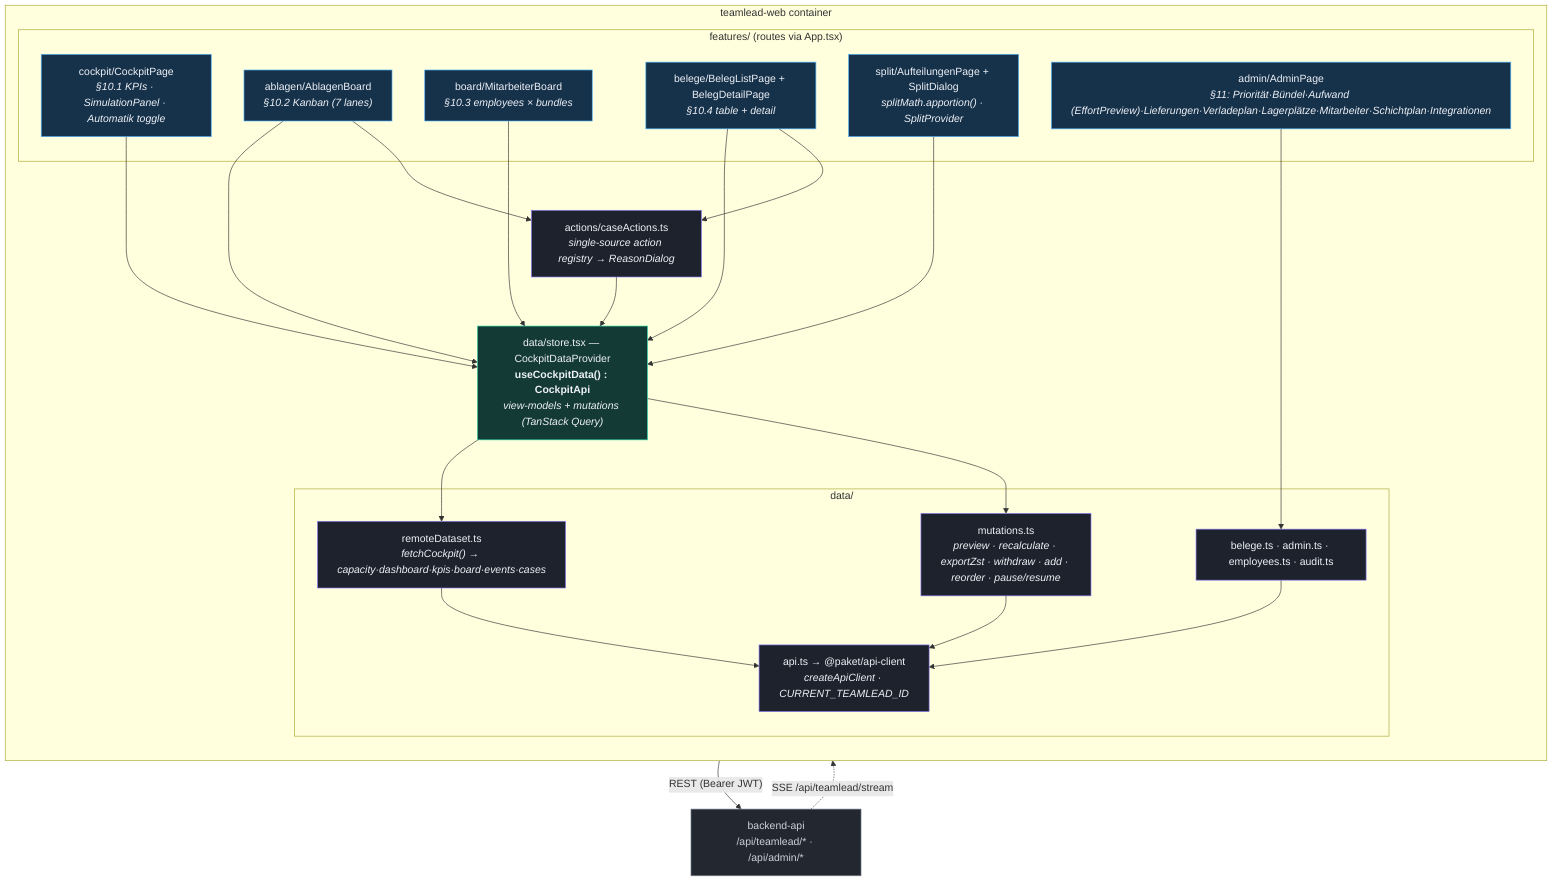
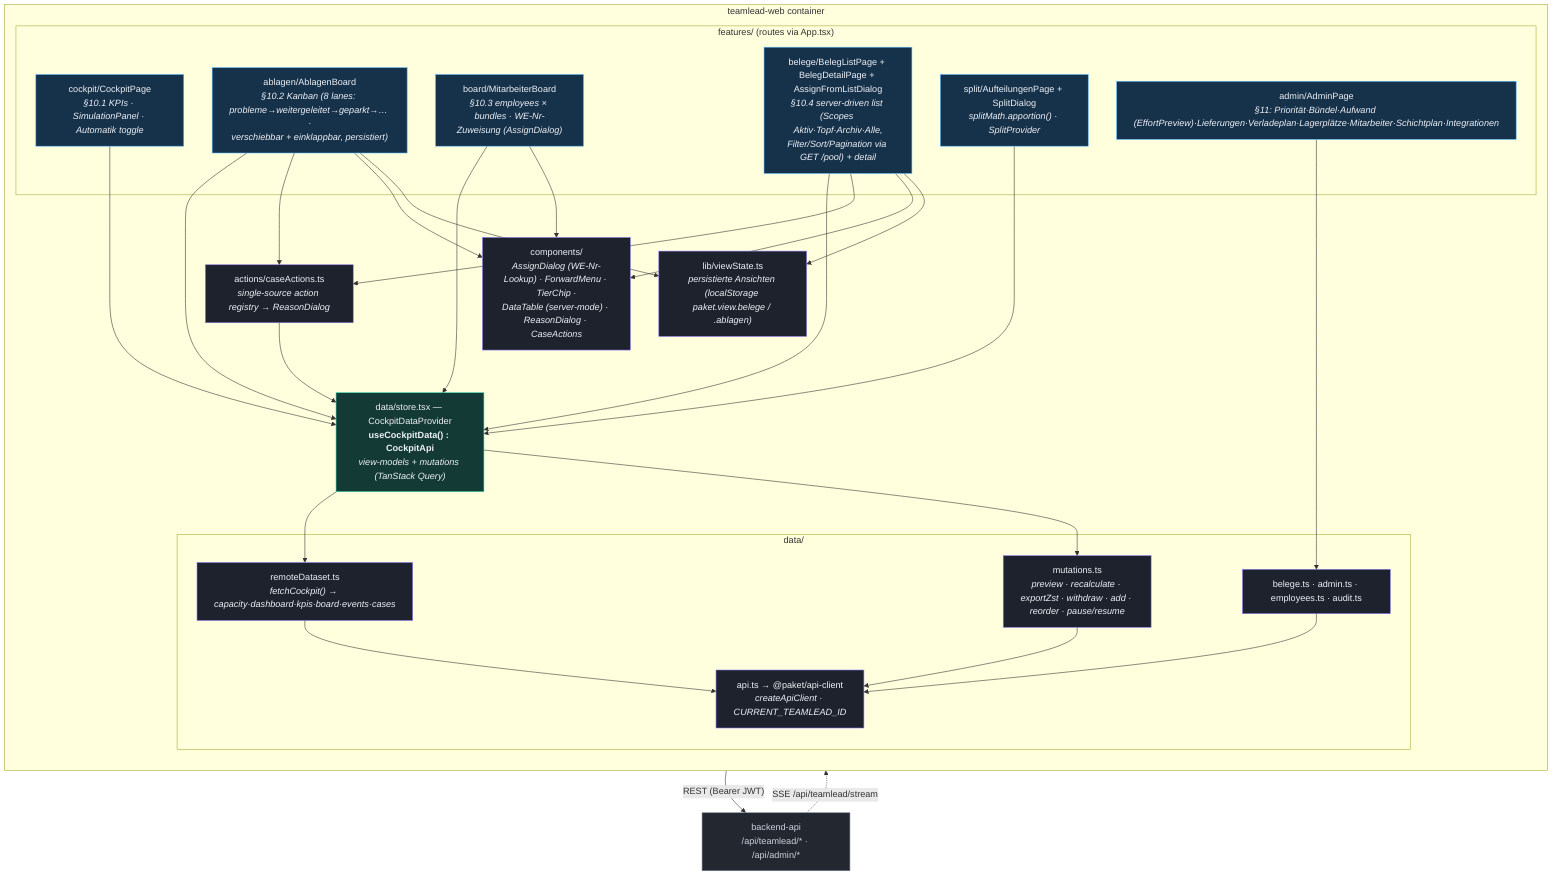
%% C4 Level 3 — Components: teamlead-web (React + Vite + MUI, TanStack Query)
%% Verified against apps/teamlead-web/src/* (features/, data/, actions/, components/).
flowchart TB
    classDef feat fill:#16314a,stroke:#56b6ff,color:#eef1f6;
    classDef store fill:#143a35,stroke:#2dd4a7,color:#eef1f6;
    classDef logic fill:#1d222c,stroke:#8b7cf6,color:#eef1f6;
    classDef ext fill:#23272f,stroke:#7c8696,color:#cbd2dd;

    api["backend-api<br/>/api/teamlead/* · /api/admin/*"]:::ext

    subgraph web["teamlead-web container"]
        direction TB
        subgraph features["features/ (routes via App.tsx)"]
            cockpit["cockpit/CockpitPage<br/><i>§10.1 KPIs · SimulationPanel · Automatik toggle</i>"]:::feat
-             ablagen["ablagen/AblagenBoard<br/><i>§10.2 Kanban (7 lanes)</i>"]:::feat
-             board["board/MitarbeiterBoard<br/><i>§10.3 employees × bundles</i>"]:::feat
-             belege["belege/BelegListPage + BelegDetailPage<br/><i>§10.4 table + detail</i>"]:::feat
+             ablagen["ablagen/AblagenBoard<br/><i>§10.2 Kanban (8 lanes: probleme→weitergeleitet→geparkt→… ·<br/>verschiebbar + einklappbar, persistiert)</i>"]:::feat
+             board["board/MitarbeiterBoard<br/><i>§10.3 employees × bundles · WE-Nr-Zuweisung (AssignDialog)</i>"]:::feat
+             belege["belege/BelegListPage + BelegDetailPage + AssignFromListDialog<br/><i>§10.4 server-driven list (Scopes Aktiv·Topf·Archiv·Alle,<br/>Filter/Sort/Pagination via GET /pool) + detail</i>"]:::feat
            split["split/AufteilungenPage + SplitDialog<br/><i>splitMath.apportion() · SplitProvider</i>"]:::feat
            admin["admin/AdminPage<br/><i>§11: Priorität·Bündel·Aufwand (EffortPreview)·Lieferungen·Verladeplan·Lagerplätze·Mitarbeiter·Schichtplan·Integrationen</i>"]:::feat
        end
        store["data/store.tsx — CockpitDataProvider<br/><b>useCockpitData() : CockpitApi</b><br/><i>view-models + mutations (TanStack Query)</i>"]:::store
        subgraph datal["data/"]
            remote["remoteDataset.ts<br/><i>fetchCockpit() → capacity·dashboard·kpis·board·events·cases</i>"]:::logic
            belegeData["belege.ts · admin.ts · employees.ts · audit.ts"]:::logic
            mutations["mutations.ts<br/><i>preview · recalculate · exportZst · withdraw · add · reorder · pause/resume</i>"]:::logic
            apiClient["api.ts → @paket/api-client<br/><i>createApiClient · CURRENT_TEAMLEAD_ID</i>"]:::logic
        end
        actions["actions/caseActions.ts<br/><i>single-source action registry → ReasonDialog</i>"]:::logic
+         shared["components/<br/><i>AssignDialog (WE-Nr-Lookup) · ForwardMenu · TierChip ·<br/>DataTable (server-mode) · ReasonDialog · CaseActions</i>"]:::logic
+         viewState["lib/viewState.ts<br/><i>persistierte Ansichten (localStorage paket.view.belege / .ablagen)</i>"]:::logic
    end

    cockpit --> store
    ablagen --> store
    board --> store
    belege --> store
    split --> store
    admin --> belegeData
    ablagen --> actions
    belege --> actions
    actions --> store
+     board --> shared
+     ablagen --> shared
+     belege --> shared
+     ablagen --> viewState
+     belege --> viewState
    store --> remote
    store --> mutations
    remote --> apiClient
    mutations --> apiClient
    belegeData --> apiClient
    apiClient -->|"REST (Bearer JWT)"| api
    api -. "SSE /api/teamlead/stream" .-> store
